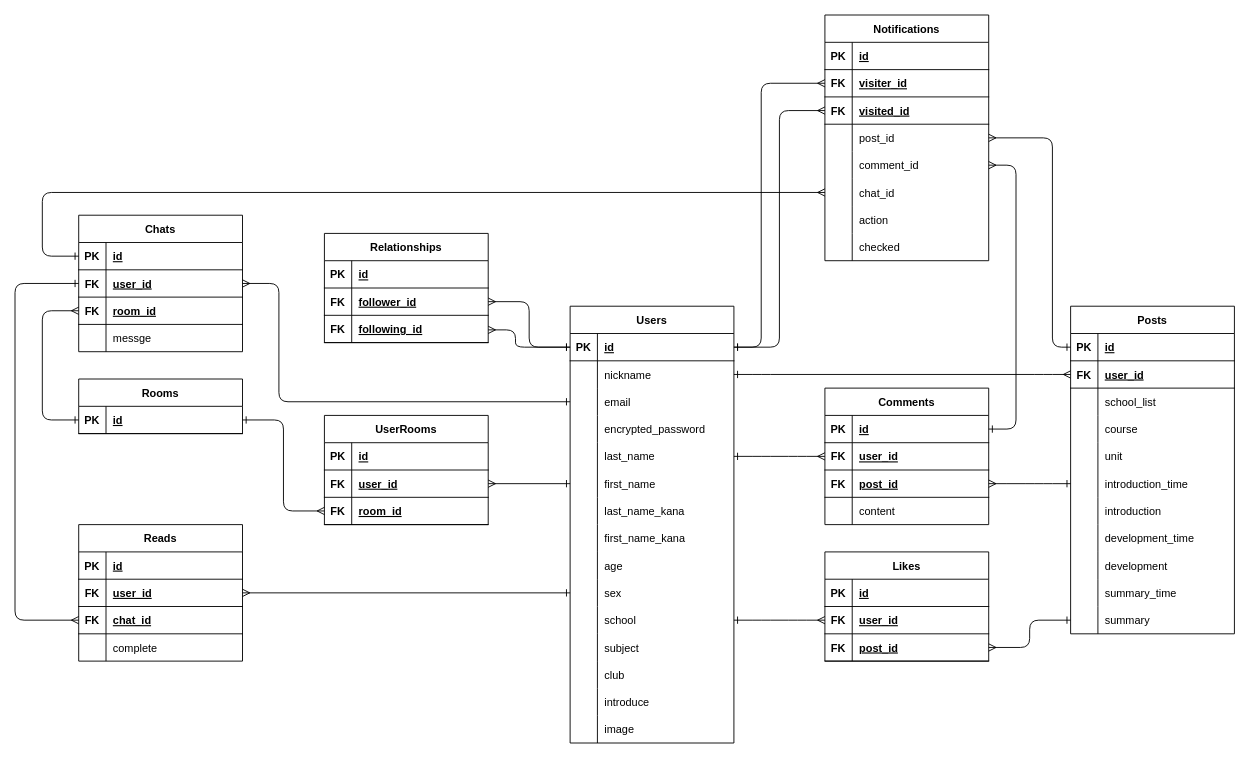
honda-gentuki/kyoyou keeps this draw.io diagram as KYOYOU.dio. Above is the earlier version. Source tidied: cells renumbered, new cells numbered last; positions are measured from the earlier drawing's top-left corner, leaving out a move shared by most shapes. Both pictures are drawn from the tidied source at 91%, with x=0, y=0 at pixel (15, 15).
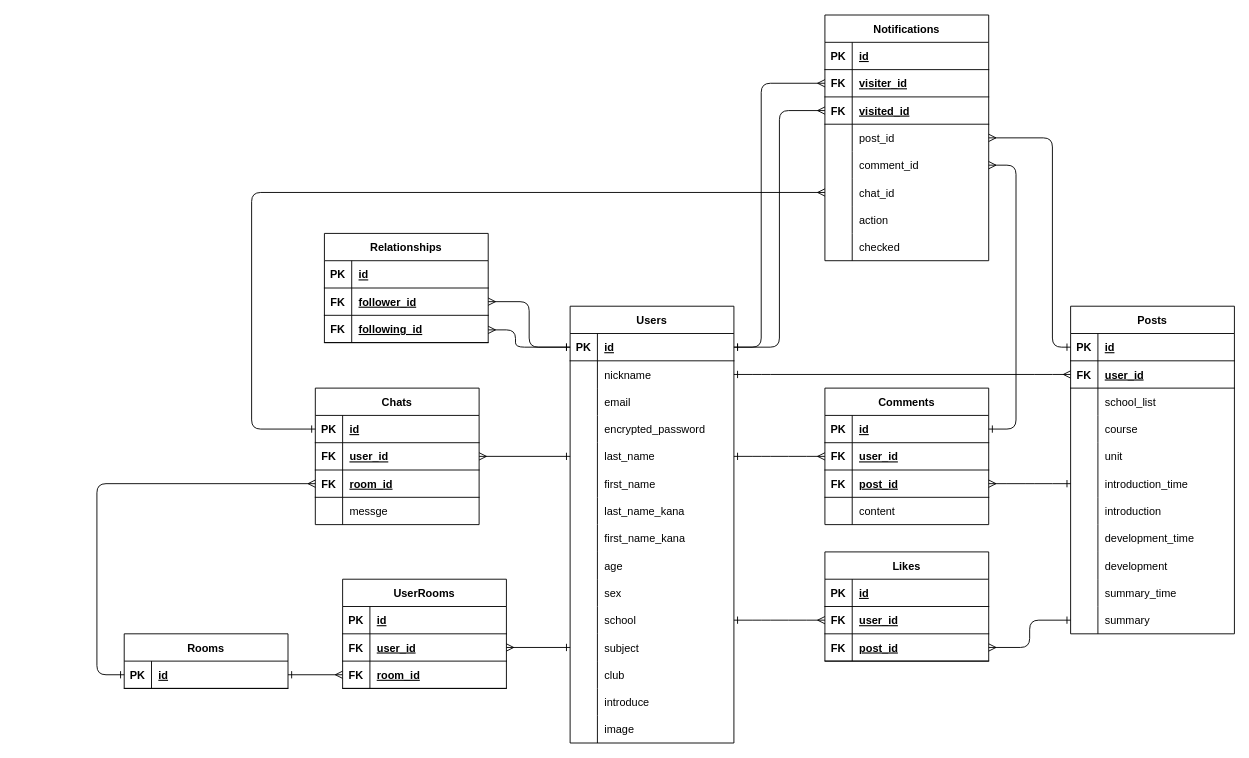
The same diagram, later.

Commit message (it also covers changes not shown here):
既読テーブル削除

The change refers to these unchanged cells:
```xml
<mxCell id="9" style="shape=partialRectangle;fillColor=none;top=0;left=0;bottom=0;right=0;points=[[0,0.5],[1,0.5]];portConstraint=eastwest;" parent="2" vertex="1">
  <mxGeometry y="90" width="180" height="30" as="geometry" />
</mxCell>
<mxCell id="15" style="shape=partialRectangle;fillColor=none;top=0;left=0;bottom=0;right=0;points=[[0,0.5],[1,0.5]];portConstraint=eastwest;" parent="2" vertex="1">
  <mxGeometry y="150" width="180" height="30" as="geometry" />
</mxCell>
<mxCell id="18" style="shape=partialRectangle;fillColor=none;top=0;left=0;bottom=0;right=0;points=[[0,0.5],[1,0.5]];portConstraint=eastwest;" parent="2" vertex="1">
  <mxGeometry y="180" width="180" height="30" as="geometry" />
</mxCell>
<mxCell id="30" style="shape=partialRectangle;fillColor=none;top=0;left=0;bottom=0;right=0;points=[[0,0.5],[1,0.5]];portConstraint=eastwest;" parent="2" vertex="1">
  <mxGeometry y="300" width="180" height="30" as="geometry" />
</mxCell>
<mxCell id="36" style="shape=partialRectangle;fillColor=none;top=0;left=0;bottom=0;right=0;points=[[0,0.5],[1,0.5]];portConstraint=eastwest;" parent="2" vertex="1">
  <mxGeometry y="360" width="180" height="30" as="geometry" />
</mxCell>
<mxCell id="106" style="shape=partialRectangle;fillColor=none;top=0;left=0;bottom=1;right=0;points=[[0,0.5],[1,0.5]];portConstraint=eastwest;" parent="105" vertex="1">
  <mxGeometry y="30" width="180" height="30" as="geometry" />
</mxCell>
<mxCell id="109" style="shape=partialRectangle;fillColor=none;top=0;left=0;bottom=1;right=0;points=[[0,0.5],[1,0.5]];portConstraint=eastwest;" parent="105" vertex="1">
  <mxGeometry y="60" width="180" height="30" as="geometry" />
</mxCell>
<mxCell id="112" style="shape=partialRectangle;fillColor=none;top=0;left=0;bottom=1;right=0;points=[[0,0.5],[1,0.5]];portConstraint=eastwest;" parent="105" vertex="1">
  <mxGeometry y="90" width="180" height="30" as="geometry" />
</mxCell>
<mxCell id="119" style="shape=partialRectangle;fillColor=none;top=0;left=0;bottom=1;right=0;points=[[0,0.5],[1,0.5]];portConstraint=eastwest;" parent="118" vertex="1">
  <mxGeometry y="30" width="180" height="30" as="geometry" />
</mxCell>
<mxCell id="126" style="shape=partialRectangle;fillColor=none;top=0;left=0;bottom=1;right=0;points=[[0,0.5],[1,0.5]];portConstraint=eastwest;" parent="122" vertex="1">
  <mxGeometry y="60" width="180" height="30" as="geometry" />
</mxCell>
<mxCell id="158" style="shape=partialRectangle;fillColor=none;top=0;left=0;bottom=0;right=0;points=[[0,0.5],[1,0.5]];portConstraint=eastwest;" parent="142" vertex="1">
  <mxGeometry y="180" width="180" height="30" as="geometry" />
</mxCell>
```

The edit, as a diff of the source:
```diff
@@
     <mxCell id="105" value="Chats" style="shape=table;startSize=30;childLayout=tableLayout;rowLines=0;fontStyle=1;align=center;" parent="1" vertex="1">
-      <mxGeometry x="70" y="220" width="180" height="150" as="geometry" />
+      <mxGeometry x="330" y="410" width="180" height="150" as="geometry" />
     </mxCell>
@@
     <mxCell id="118" value="Rooms" style="shape=table;startSize=30;childLayout=tableLayout;rowLines=0;fontStyle=1;align=center;" parent="1" vertex="1">
-      <mxGeometry x="70" y="400" width="180" height="60" as="geometry" />
+      <mxGeometry x="120" y="680" width="180" height="60" as="geometry" />
     </mxCell>
@@
     <mxCell id="122" value="UserRooms" style="shape=table;startSize=30;childLayout=tableLayout;rowLines=0;fontStyle=1;align=center;" parent="1" vertex="1">
-      <mxGeometry x="340" y="440" width="180" height="120" as="geometry" />
+      <mxGeometry x="360" y="620" width="180" height="120" as="geometry" />
     </mxCell>
@@
-    <mxCell id="167" value="Reads" style="shape=table;startSize=30;childLayout=tableLayout;rowLines=0;fontStyle=1;align=center;" parent="1" vertex="1">
-      <mxGeometry x="70" y="560" width="180" height="150" as="geometry" />
-    </mxCell>
-    <mxCell id="168" style="shape=partialRectangle;fillColor=none;top=0;left=0;bottom=1;right=0;" parent="167" vertex="1">
-      <mxGeometry y="30" width="180" height="30" as="geometry" />
-    </mxCell>
-    <mxCell id="169" value="PK" style="shape=partialRectangle;fillColor=none;top=0;left=0;bottom=0;right=0;fontStyle=1;overflow=hidden;" parent="168" vertex="1">
-      <mxGeometry width="30" height="30" as="geometry" />
-    </mxCell>
-    <mxCell id="170" value="id" style="shape=partialRectangle;fillColor=none;top=0;left=0;bottom=0;right=0;align=left;spacingLeft=6;fontStyle=5;overflow=hidden;" parent="168" vertex="1">
-      <mxGeometry x="30" width="150" height="30" as="geometry" />
-    </mxCell>
-    <mxCell id="171" style="shape=partialRectangle;fillColor=none;top=0;left=0;bottom=1;right=0;points=[[0,0.5],[1,0.5]];portConstraint=eastwest;" parent="167" vertex="1">
-      <mxGeometry y="60" width="180" height="30" as="geometry" />
-    </mxCell>
-    <mxCell id="172" value="FK" style="shape=partialRectangle;fillColor=none;top=0;left=0;bottom=0;right=0;fontStyle=1;overflow=hidden;" parent="171" vertex="1">
-      <mxGeometry width="30" height="30" as="geometry" />
-    </mxCell>
-    <mxCell id="173" value="user_id" style="shape=partialRectangle;fillColor=none;top=0;left=0;bottom=0;right=0;align=left;spacingLeft=6;fontStyle=5;overflow=hidden;" parent="171" vertex="1">
-      <mxGeometry x="30" width="150" height="30" as="geometry" />
-    </mxCell>
-    <mxCell id="174" style="shape=partialRectangle;fillColor=none;top=0;left=0;bottom=1;right=0;points=[[0,0.5],[1,0.5]];portConstraint=eastwest;" parent="167" vertex="1">
-      <mxGeometry y="90" width="180" height="30" as="geometry" />
-    </mxCell>
-    <mxCell id="175" value="FK" style="shape=partialRectangle;fillColor=none;top=0;left=0;bottom=0;right=0;fontStyle=1;overflow=hidden;" parent="174" vertex="1">
-      <mxGeometry width="30" height="30" as="geometry" />
-    </mxCell>
-    <mxCell id="176" value="chat_id" style="shape=partialRectangle;fillColor=none;top=0;left=0;bottom=0;right=0;align=left;spacingLeft=6;fontStyle=5;overflow=hidden;" parent="174" vertex="1">
-      <mxGeometry x="30" width="150" height="30" as="geometry" />
-    </mxCell>
-    <mxCell id="177" style="shape=partialRectangle;fillColor=none;top=0;left=0;bottom=0;right=0;" parent="167" vertex="1">
-      <mxGeometry y="120" width="180" height="30" as="geometry" />
-    </mxCell>
-    <mxCell id="178" style="shape=partialRectangle;fillColor=none;top=0;left=0;bottom=0;right=0;overflow=hidden;" parent="177" vertex="1">
-      <mxGeometry width="30" height="30" as="geometry" />
-    </mxCell>
-    <mxCell id="179" value="complete" style="shape=partialRectangle;fillColor=none;top=0;left=0;bottom=0;right=0;align=left;spacingLeft=6;overflow=hidden;" parent="177" vertex="1">
-      <mxGeometry x="30" width="150" height="30" as="geometry" />
-    </mxCell>
@@
     <mxCell id="188" style="edgeStyle=orthogonalEdgeStyle;fontSize=12;html=1;endArrow=ERmany;startArrow=ERone;startFill=0;endFill=0;entryX=0;entryY=0.5;entryDx=0;entryDy=0;exitX=0;exitY=0.5;exitDx=0;exitDy=0;" parent="1" edge="1" source="106" target="158">
       <mxGeometry relative="1" as="geometry">
         <Array as="points">
-          <mxPoint x="30" y="265" />
-          <mxPoint x="30" y="195" />
+          <mxPoint x="260" y="455" />
+          <mxPoint x="260" y="195" />
         </Array>
       </mxGeometry>
     </mxCell>
@@
-    <mxCell id="192" style="fontSize=12;html=1;endArrow=ERone;startArrow=ERmany;startFill=0;endFill=0;entryX=0;entryY=0.5;entryDx=0;entryDy=0;exitX=1;exitY=0.5;exitDx=0;exitDy=0;" parent="1" edge="1" source="126" target="18">
+    <mxCell id="192" style="fontSize=12;html=1;endArrow=ERone;startArrow=ERmany;startFill=0;endFill=0;entryX=0;entryY=0.5;entryDx=0;entryDy=0;exitX=1;exitY=0.5;exitDx=0;exitDy=0;" parent="1" edge="1" source="126" target="36">
       <mxGeometry relative="1" as="geometry" />
     </mxCell>
-    <mxCell id="193" style="fontSize=12;html=1;endArrow=ERone;startArrow=ERmany;startFill=0;endFill=0;entryX=0;entryY=0.5;entryDx=0;entryDy=0;exitX=1;exitY=0.5;exitDx=0;exitDy=0;" parent="1" edge="1" source="171" target="30">
-      <mxGeometry relative="1" as="geometry" />
-    </mxCell>
@@
     <mxCell id="195" style="fontSize=12;html=1;endArrow=ERone;startArrow=ERmany;startFill=0;endFill=0;entryX=0;entryY=0.5;entryDx=0;entryDy=0;exitX=0;exitY=0.5;exitDx=0;exitDy=0;edgeStyle=orthogonalEdgeStyle;" parent="1" edge="1" source="112" target="119">
       <mxGeometry relative="1" as="geometry">
         <Array as="points">
-          <mxPoint x="30" y="325" />
-          <mxPoint x="30" y="445" />
+          <mxPoint x="90" y="515" />
+          <mxPoint x="90" y="725" />
         </Array>
       </mxGeometry>
     </mxCell>
-    <mxCell id="196" style="edgeStyle=orthogonalEdgeStyle;fontSize=12;html=1;endArrow=ERone;startArrow=ERmany;startFill=0;endFill=0;entryX=0;entryY=0.5;entryDx=0;entryDy=0;exitX=1;exitY=0.5;exitDx=0;exitDy=0;" parent="1" edge="1" source="109" target="9">
-      <mxGeometry relative="1" as="geometry">
-        <Array as="points">
-          <mxPoint x="290" y="295" />
-          <mxPoint x="290" y="425" />
-        </Array>
-      </mxGeometry>
+    <mxCell id="196" style="edgeStyle=orthogonalEdgeStyle;fontSize=12;html=1;endArrow=ERone;startArrow=ERmany;startFill=0;endFill=0;entryX=0;entryY=0.5;entryDx=0;entryDy=0;exitX=1;exitY=0.5;exitDx=0;exitDy=0;" parent="1" edge="1" source="105" target="15">
+      <mxGeometry relative="1" as="geometry" />
     </mxCell>
-    <mxCell id="197" style="fontSize=12;html=1;endArrow=ERone;startArrow=ERmany;startFill=0;endFill=0;entryX=0;entryY=0.5;entryDx=0;entryDy=0;exitX=0;exitY=0.5;exitDx=0;exitDy=0;edgeStyle=orthogonalEdgeStyle;" parent="1" edge="1" source="174" target="109">
-      <mxGeometry relative="1" as="geometry">
-        <Array as="points">
-          <mxPoint y="665" />
-          <mxPoint y="295" />
-        </Array>
-      </mxGeometry>
-    </mxCell>
```
